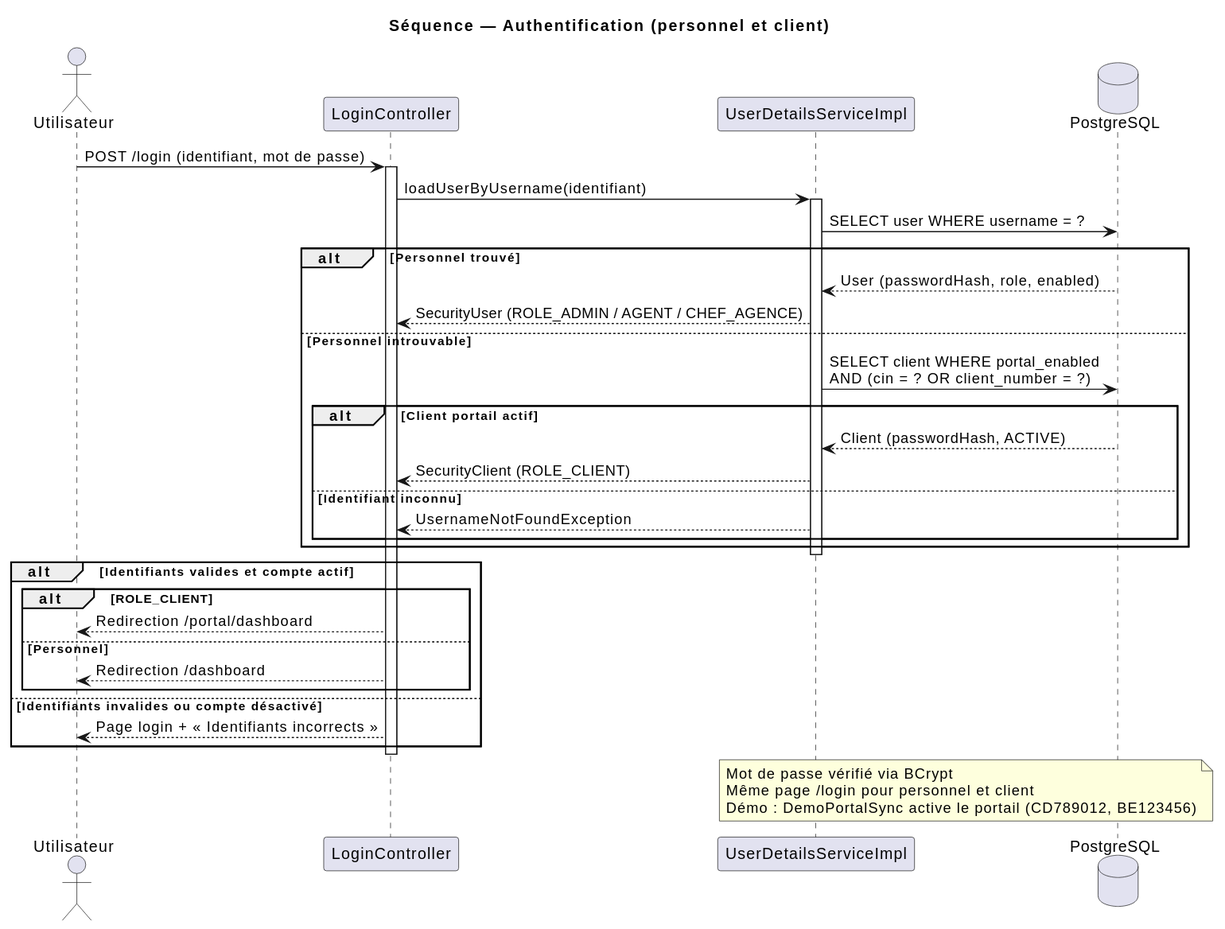
aminabensouda106-gif/banque1 keeps this PlantUML diagram as documentation/uml/sequence/01-authentification.svg. Above is the earlier version.
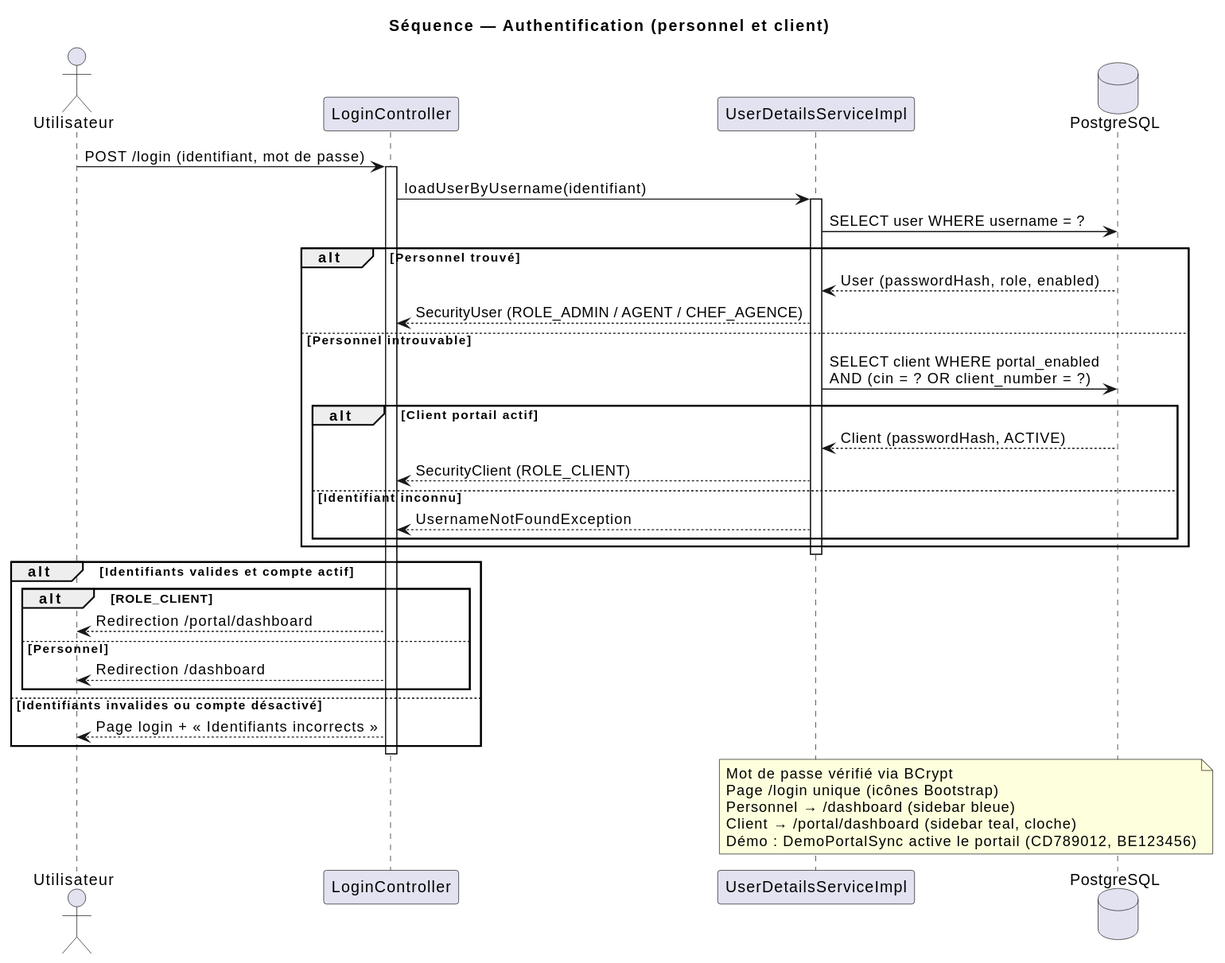
Above is the later version.

What changed in the source:
```diff
@@ -42,7 +42,9 @@
 
 note over S, DB
   Mot de passe vérifié via BCrypt
-  Même page /login pour personnel et client
+  Page /login unique (icônes Bootstrap)
+  Personnel → /dashboard (sidebar bleue)
+  Client → /portal/dashboard (sidebar teal, cloche)
   Démo : DemoPortalSync active le portail (CD789012, BE123456)
 end note
 @enduml
```
